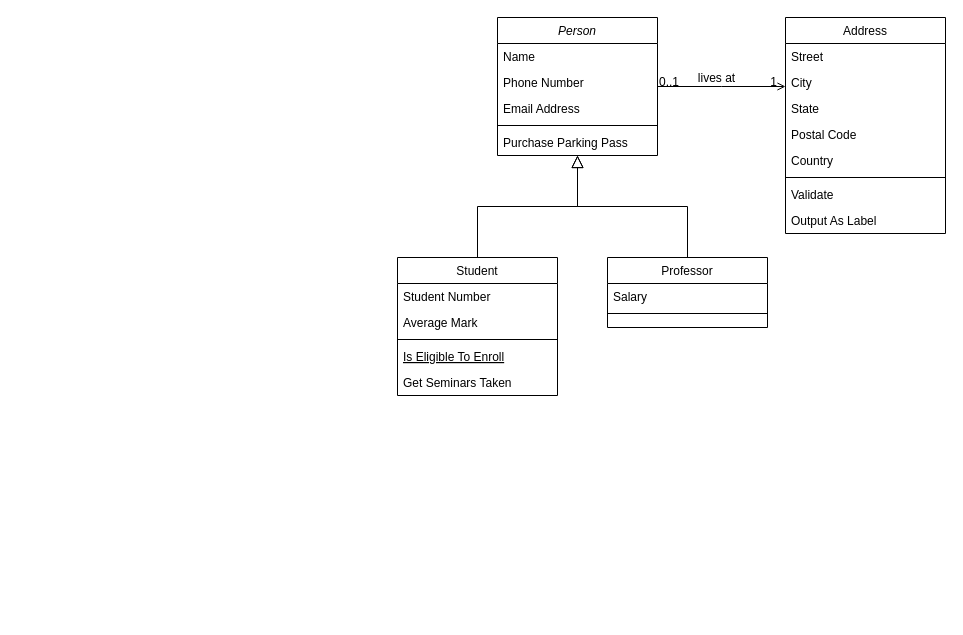
GraveysGames/MazeLevelSurvival keeps this draw.io diagram as page "Page-1" (1 of 2) of Class Diagram.drawio. Above is the earlier version. Source tidied: cells renumbered, new cells numbered last; positions are measured from the earlier drawing's top-left corner, leaving out a move shared by most shapes. Both pictures are drawn from the tidied source at 100%, with x=0, y=0 at pixel (397, 17).
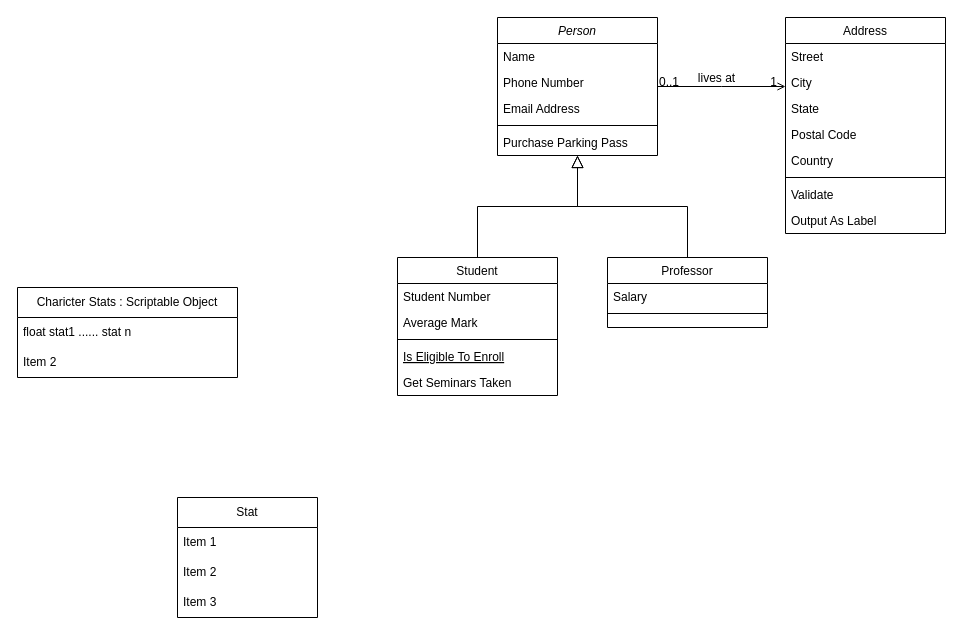
The same page after the edit.

Change to the diagram source:
```diff
@@
+    <mxCell id="32" value="Charicter Stats : Scriptable Object" style="swimlane;fontStyle=0;horizontal=1;startSize=30;whiteSpace=wrap;html=1;" parent="1" vertex="1">
+      <mxGeometry x="-380" y="270" width="220" height="90" as="geometry" />
+    </mxCell>
+    <mxCell id="33" value="float stat1 ...... stat n" style="text;strokeColor=none;fillColor=none;align=left;verticalAlign=middle;spacingLeft=4;spacingRight=4;overflow=hidden;whiteSpace=wrap;html=1;" parent="32" vertex="1">
+      <mxGeometry y="30" width="220" height="30" as="geometry" />
+    </mxCell>
+    <mxCell id="34" value="Item 2" style="text;strokeColor=none;fillColor=none;align=left;verticalAlign=middle;spacingLeft=4;spacingRight=4;overflow=hidden;whiteSpace=wrap;html=1;" parent="32" vertex="1">
+      <mxGeometry y="60" width="220" height="30" as="geometry" />
+    </mxCell>
+    <mxCell id="35" value="Stat" style="swimlane;fontStyle=0;horizontal=1;startSize=30;whiteSpace=wrap;html=1;" parent="1" vertex="1">
+      <mxGeometry x="-220" y="480" width="140" height="120" as="geometry" />
+    </mxCell>
+    <mxCell id="36" value="Item 1" style="text;strokeColor=none;fillColor=none;align=left;verticalAlign=middle;spacingLeft=4;spacingRight=4;overflow=hidden;whiteSpace=wrap;html=1;" parent="35" vertex="1">
+      <mxGeometry y="30" width="140" height="30" as="geometry" />
+    </mxCell>
+    <mxCell id="37" value="Item 2" style="text;strokeColor=none;fillColor=none;align=left;verticalAlign=middle;spacingLeft=4;spacingRight=4;overflow=hidden;whiteSpace=wrap;html=1;" parent="35" vertex="1">
+      <mxGeometry y="60" width="140" height="30" as="geometry" />
+    </mxCell>
+    <mxCell id="38" value="Item 3" style="text;strokeColor=none;fillColor=none;align=left;verticalAlign=middle;spacingLeft=4;spacingRight=4;overflow=hidden;whiteSpace=wrap;html=1;" parent="35" vertex="1">
+      <mxGeometry y="90" width="140" height="30" as="geometry" />
+    </mxCell>
```
